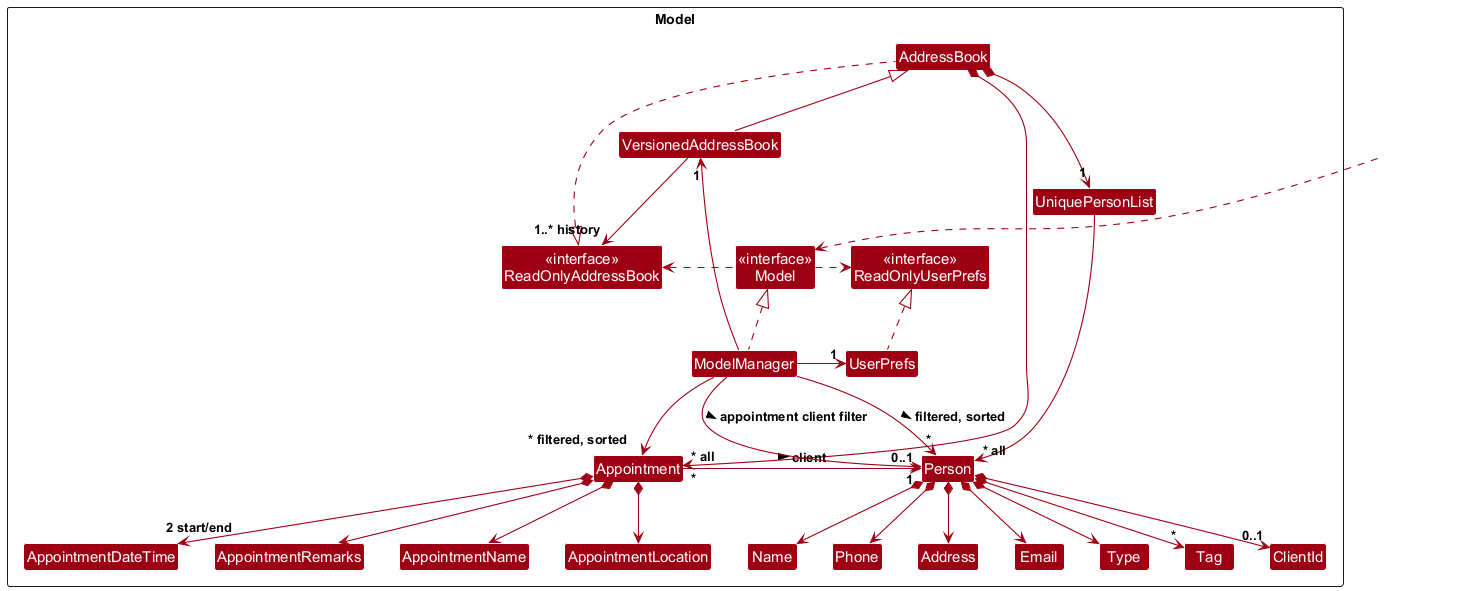
The PlantUML diagram docs/images/ModelClassDiagram.png in AY2627S1-CS2103-F11-2/tp, before a commit.
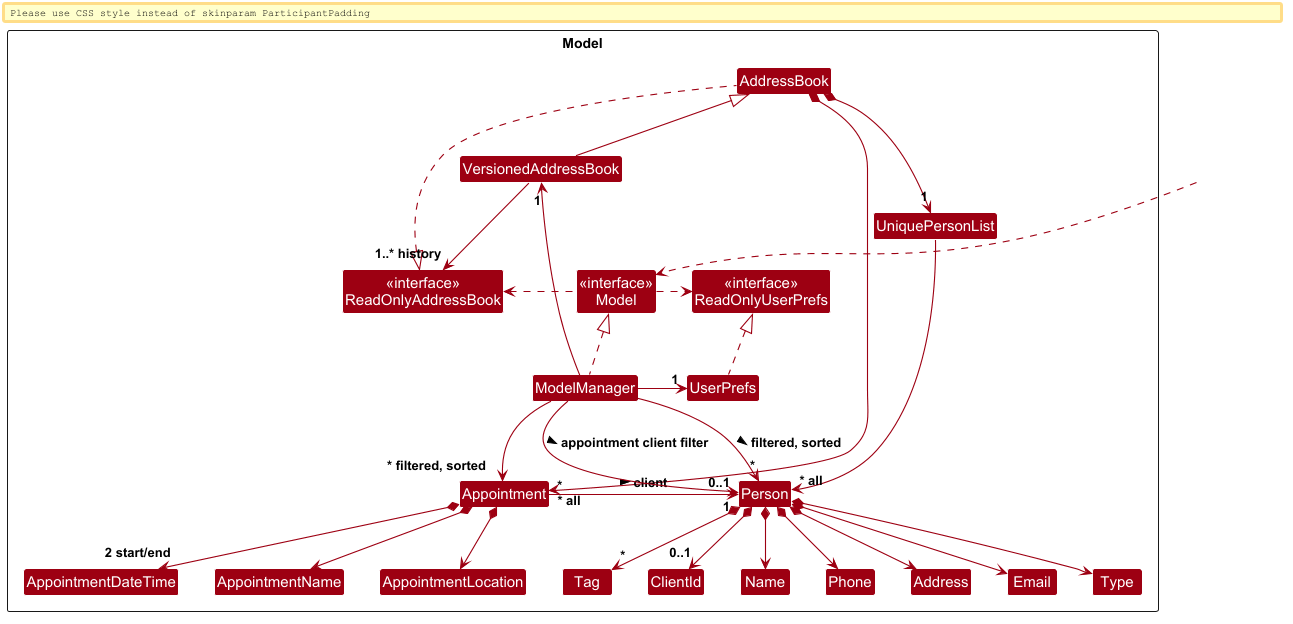
The same diagram one commit later.

Diff of the diagram source:
```diff
@@ -27,7 +27,6 @@
 Class AppointmentName
 Class AppointmentLocation
 Class AppointmentDateTime
-Class AppointmentRemarks
 
 }
 
@@ -61,7 +60,6 @@
 Appointment *--> AppointmentName
 Appointment *--> AppointmentLocation
 Appointment *--> "2 start/end" AppointmentDateTime
-Appointment *--> AppointmentRemarks
 
 ClientId -[hidden]right-> Name
 Name -[hidden]right-> Phone
@@ -71,7 +69,6 @@
 
 AppointmentName -[hidden]right-> AppointmentLocation
 AppointmentLocation -[hidden]right-> AppointmentDateTime
-AppointmentDateTime -[hidden]right-> AppointmentRemarks
 
 ModelManager --> "~*" Person : filtered, sorted >
 ModelManager --> "0..1" Person : appointment client filter >
```
